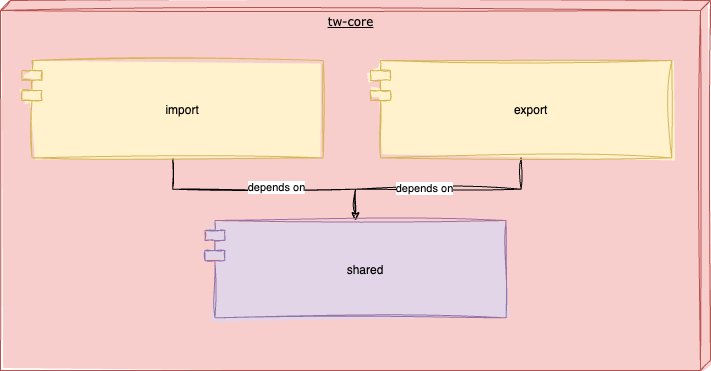
This is docs/assets/static-level-2.drawio.png from tinohertlein/timesheet-wizard, a draw.io export, as it was before one commit. Source tidied: cells renumbered, new cells last; positions are measured from the earlier drawing's top-left corner, leaving out a move shared by most shapes.
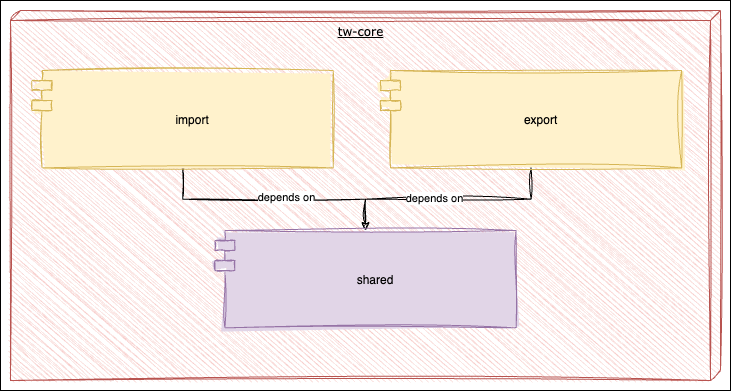
The same file after the commit.

The edit, as a diff of the source:
```diff
@@ -2,10 +2,13 @@
   <root>
     <mxCell id="0" />
     <mxCell id="1" parent="0" />
+    <mxCell id="11" style="rounded=0;whiteSpace=wrap;html=1;fillStyle=auto;" parent="1" vertex="1">
+      <mxGeometry x="-10" y="-10" width="730" height="390" as="geometry" />
+    </mxCell>
     <mxCell id="2" style="group;align=center;verticalAlign=bottom;" parent="1" vertex="1">
       <mxGeometry width="710" height="370" as="geometry" />
     </mxCell>
-    <mxCell id="3" value="tw-core" style="verticalAlign=top;align=center;spacingTop=8;spacingLeft=2;spacingRight=12;shape=cube;size=10;direction=south;fontStyle=4;html=1;rounded=0;shadow=0;comic=0;labelBackgroundColor=none;strokeWidth=1;fontFamily=Verdana;fontSize=12;sketch=1;curveFitting=1;jiggle=2;fillColor=#f8cecc;strokeColor=#b85450;fillStyle=solid;" parent="2" vertex="1">
+    <mxCell id="3" value="tw-core" style="verticalAlign=top;align=center;spacingTop=8;spacingLeft=2;spacingRight=12;shape=cube;size=10;direction=south;fontStyle=4;html=1;rounded=0;shadow=0;comic=0;labelBackgroundColor=none;strokeWidth=1;fontFamily=Verdana;fontSize=12;sketch=1;curveFitting=1;jiggle=2;fillColor=#f8cecc;strokeColor=#b85450;fillStyle=auto;" parent="2" vertex="1">
       <mxGeometry width="710" height="370" as="geometry" />
     </mxCell>
     <mxCell id="4" style="edgeStyle=orthogonalEdgeStyle;rounded=0;jettySize=auto;html=1;sketch=1;curveFitting=1;jiggle=2;" parent="2" edge="1" source="6" target="10">
```
